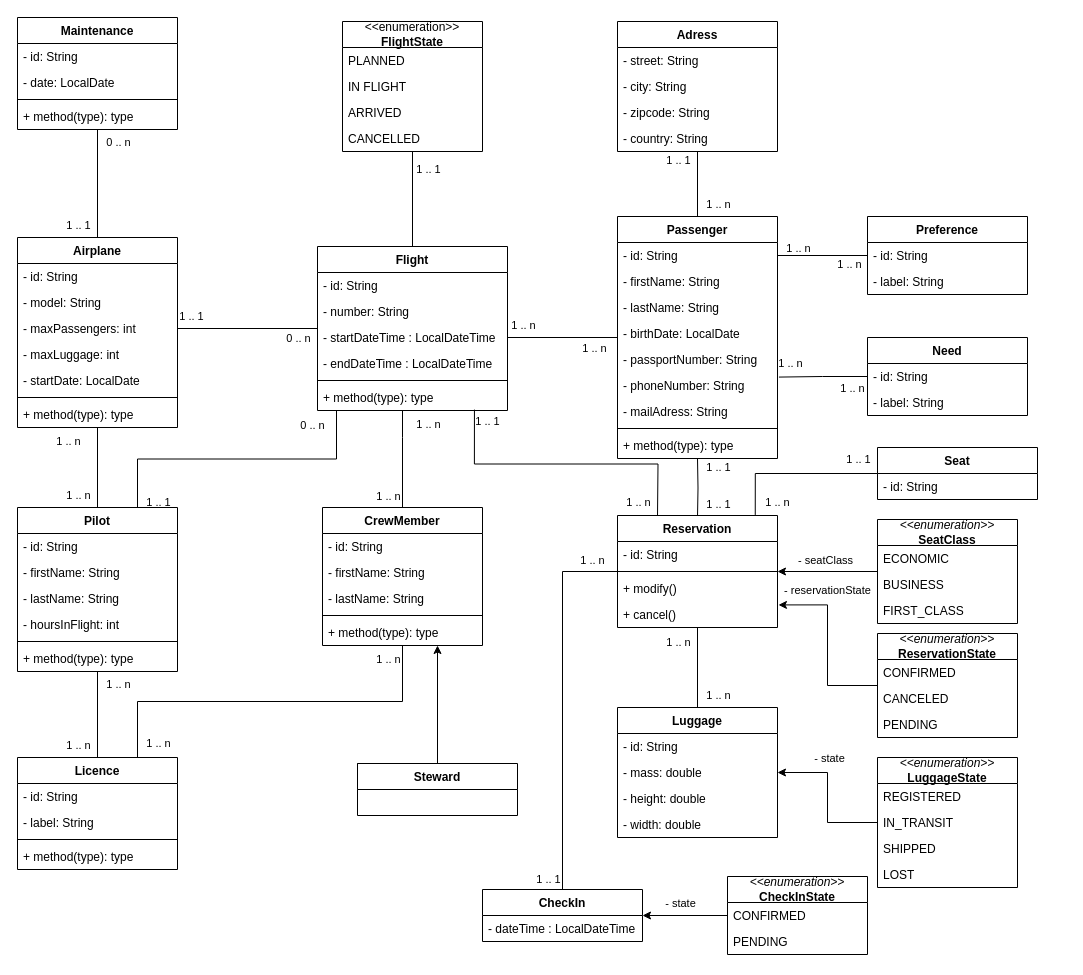
Before: class-diagram.drawio in SullyvanBoulanger/conception-uml, a draw.io diagram. Source tidied: cells renumbered, new cells numbered last; positions are measured from the earlier drawing's top-left corner, leaving out a move shared by most shapes. Both pictures are drawn from the tidied source at 100%, with x=0, y=0 at pixel (17, 17).
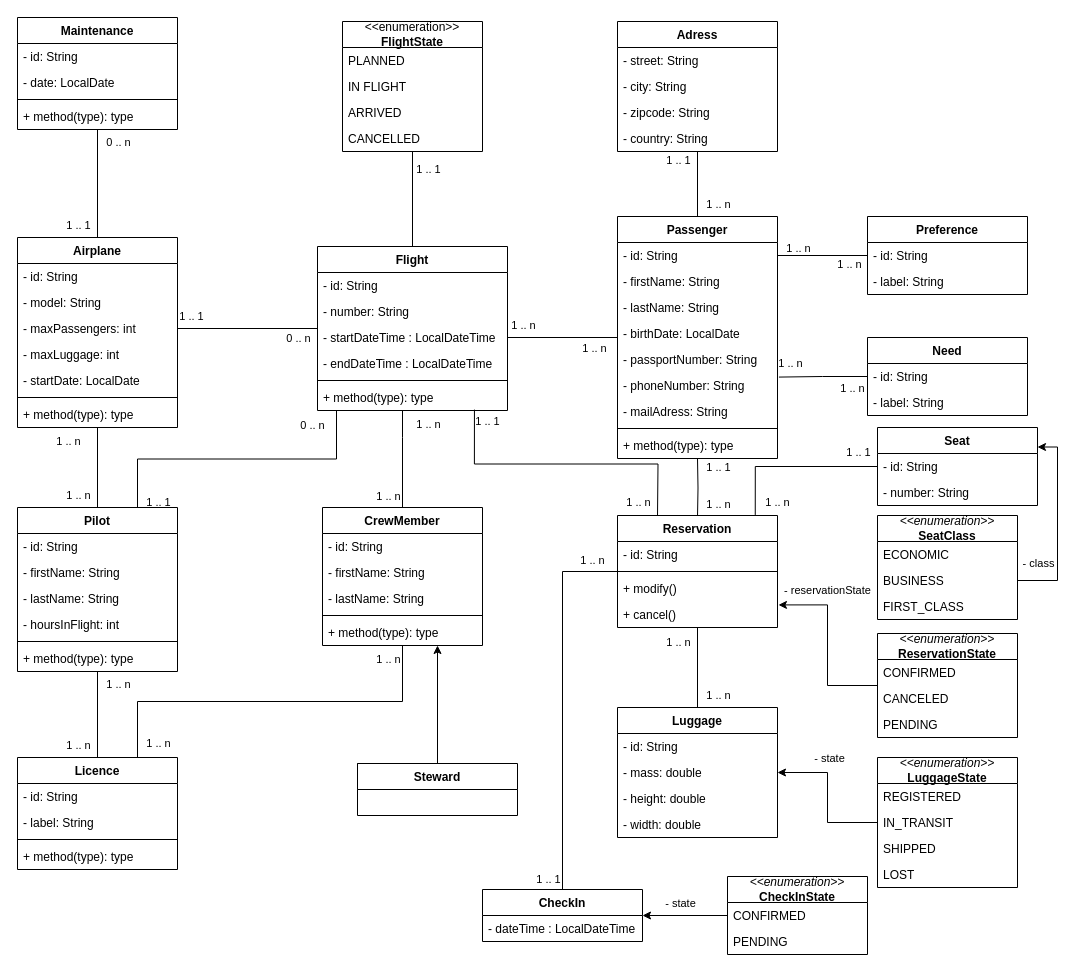
Above is the later version.

Commit message (it also covers changes not shown here):
feat: Implement entity relationship and improve class diagram

Unchanged cells that the change refers to:
```xml
<mxCell id="104" style="edgeStyle=orthogonalEdgeStyle;rounded=0;jettySize=auto;html=1;endArrow=none;endFill=0;" parent="1" edge="1" target="71">
  <mxGeometry relative="1" as="geometry">
    <mxPoint x="680" y="500" as="sourcePoint" />
  </mxGeometry>
</mxCell>
<mxCell id="112" value="Reservation" style="swimlane;fontStyle=1;align=center;verticalAlign=top;horizontal=1;startSize=26;whiteSpace=wrap;html=1;" parent="1" vertex="1">
  <mxGeometry x="600" y="498" width="160" height="112" as="geometry" />
</mxCell>
<mxCell id="121" value="BUSINESS" style="text;strokeColor=none;fillColor=none;align=left;verticalAlign=top;spacingLeft=4;spacingRight=4;overflow=hidden;points=[[0,0.5],[1,0.5]];portConstraint=eastwest;whiteSpace=wrap;html=1;" parent="119" vertex="1">
  <mxGeometry y="52" width="140" height="26" as="geometry" />
</mxCell>
```

The edit, as a diff of the source:
```diff
@@
-    <mxCell id="106" value="1 .. 1" style="edgeLabel;html=1;align=center;verticalAlign=middle;" parent="104" vertex="1">
+    <mxCell id="106" value="1 .. n" style="edgeLabel;html=1;align=center;verticalAlign=middle;" parent="104" vertex="1">
       <mxGeometry x="-0.53" relative="1" as="geometry">
         <mxPoint x="20" as="offset" />
       </mxGeometry>
     </mxCell>
@@
     <mxCell id="110" value="Seat" style="swimlane;fontStyle=1;align=center;verticalAlign=top;horizontal=1;startSize=26;whiteSpace=wrap;html=1;" parent="1" vertex="1">
-      <mxGeometry x="860" y="430" width="160" height="52" as="geometry" />
+      <mxGeometry x="860" y="410" width="160" height="78" as="geometry" />
     </mxCell>
@@
+    <mxCell id="157" value="- number: String" style="text;strokeColor=none;fillColor=none;align=left;verticalAlign=top;spacingLeft=4;spacingRight=4;overflow=hidden;whiteSpace=wrap;html=1;" parent="110" vertex="1">
+      <mxGeometry y="52" width="160" height="26" as="geometry" />
+    </mxCell>
@@
-    <mxCell id="117" style="edgeStyle=orthogonalEdgeStyle;rounded=0;jettySize=auto;html=1;exitX=0;exitY=0.5;exitDx=0;exitDy=0;endArrow=classic;endFill=1;" parent="1" edge="1" source="119" target="112">
-      <mxGeometry relative="1" as="geometry" />
-    </mxCell>
-    <mxCell id="118" value="- seatClass" style="edgeLabel;html=1;align=center;verticalAlign=middle;" parent="117" vertex="1">
-      <mxGeometry x="0.07" y="1" relative="1" as="geometry">
-        <mxPoint x="1" y="-13" as="offset" />
-      </mxGeometry>
-    </mxCell>
     <mxCell id="119" value="&lt;div&gt;&lt;i&gt;&amp;lt;&amp;lt;enumeration&amp;gt;&amp;gt;&lt;/i&gt;&lt;/div&gt;&lt;div&gt;&lt;b&gt;SeatClass&lt;/b&gt;&lt;/div&gt;" style="swimlane;fontStyle=0;horizontal=1;startSize=26;fillColor=none;whiteSpace=wrap;html=1;" parent="1" vertex="1">
-      <mxGeometry x="860" y="502" width="140" height="104" as="geometry" />
+      <mxGeometry x="860" y="498" width="140" height="104" as="geometry" />
     </mxCell>
@@
+    <mxCell id="158" style="edgeStyle=orthogonalEdgeStyle;rounded=0;jettySize=auto;html=1;entryX=1;entryY=0.25;entryDx=0;entryDy=0;" parent="1" edge="1" source="121" target="110">
+      <mxGeometry relative="1" as="geometry" />
+    </mxCell>
+    <mxCell id="159" value="- class" style="edgeLabel;html=1;align=center;verticalAlign=middle;" parent="158" vertex="1">
+      <mxGeometry x="-0.28" y="-2" relative="1" as="geometry">
+        <mxPoint x="-22" y="12" as="offset" />
+      </mxGeometry>
+    </mxCell>
```
